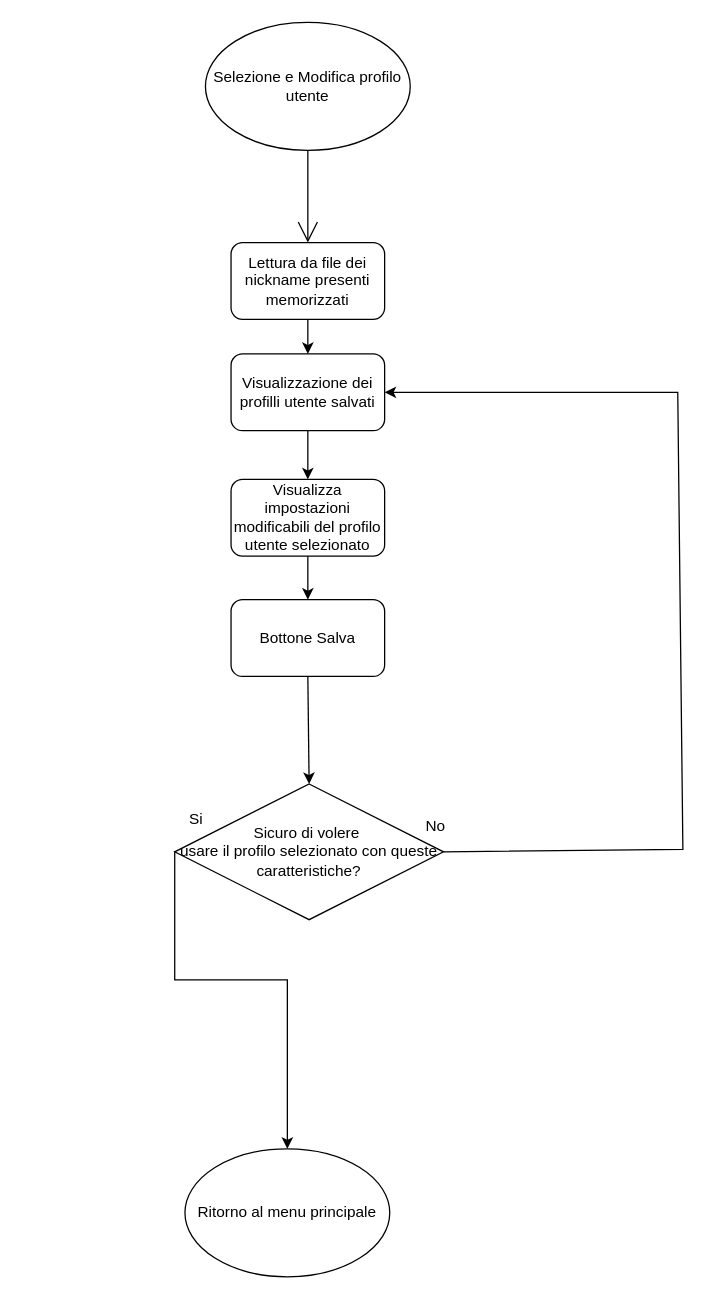
Before: doc/Progetti Drawio/FlowChart/FlowchartSelezioneModificaProfiloUtente.drawio in zSavT/Healthy-Catering, a draw.io diagram. Source tidied: cells renumbered, new cells numbered last; positions are measured from the earlier drawing's top-left corner, leaving out a move shared by most shapes. Both pictures are drawn from the tidied source at 128%, with x=0, y=0 at pixel (157, 22).
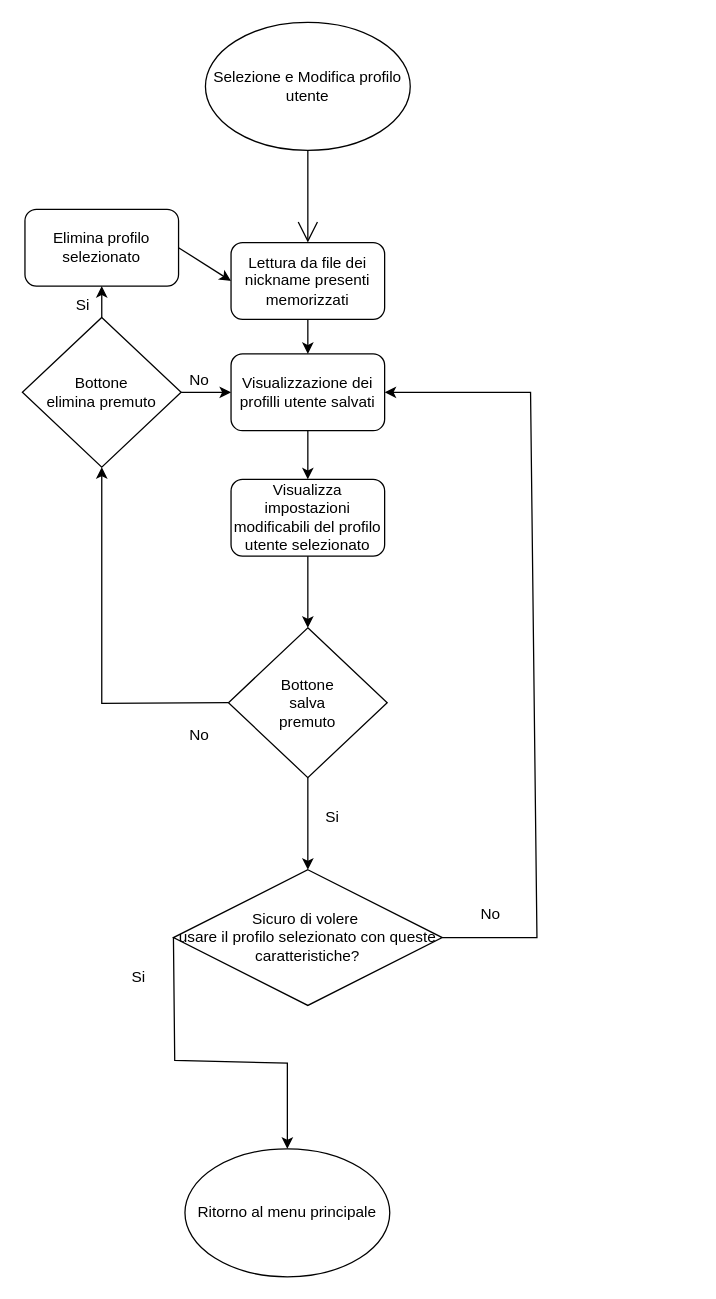
The same diagram, later.

Commit message (it also covers changes not shown here):
aggiornato flow chart selezione profilo utente

The change refers to these unchanged cells:
```xml
<mxCell id="4" value="Ritorno al menu principale" style="ellipse;whiteSpace=wrap;html=1;hachureGap=4;fontSize=12;" parent="1" vertex="1">
  <mxGeometry x="21" y="880" width="160" height="100" as="geometry" />
</mxCell>
<mxCell id="5" value="Lettura da file dei nickname presenti memorizzati" style="rounded=1;whiteSpace=wrap;html=1;" parent="1" vertex="1">
  <mxGeometry x="57" y="172" width="120" height="60" as="geometry" />
</mxCell>
<mxCell id="11" value="Visualizzazione dei profilli utente salvati" style="rounded=1;whiteSpace=wrap;html=1;" parent="1" vertex="1">
  <mxGeometry x="57" y="259" width="120" height="60" as="geometry" />
</mxCell>
<mxCell id="12" value="Visualizza impostazioni modificabili del profilo utente selezionato" style="rounded=1;whiteSpace=wrap;html=1;" parent="1" vertex="1">
  <mxGeometry x="57" y="357" width="120" height="60" as="geometry" />
</mxCell>
```

Change to the diagram source:
```diff
@@
     <mxCell id="6" value="Sicuro di volere&amp;nbsp;&lt;br&gt;usare il profilo selezionato con queste caratteristiche?" style="rhombus;whiteSpace=wrap;html=1;" parent="1" vertex="1">
-      <mxGeometry x="13" y="595" width="210" height="106" as="geometry" />
+      <mxGeometry x="12" y="662" width="210" height="106" as="geometry" />
     </mxCell>
     <mxCell id="7" style="endArrow=classic;html=1;rounded=0;exitX=0;exitY=0.5;exitDx=0;exitDy=0;entryX=0.5;entryY=0;entryDx=0;entryDy=0;" parent="1" edge="1" source="6" target="4">
       <mxGeometry relative="1" as="geometry">
         <Array as="points">
-          <mxPoint x="13" y="748" />
-          <mxPoint x="101" y="748" />
+          <mxPoint x="13" y="811" />
+          <mxPoint x="101" y="813" />
         </Array>
       </mxGeometry>
     </mxCell>
     <mxCell id="8" style="endArrow=classic;html=1;rounded=0;exitX=1;exitY=0.5;exitDx=0;exitDy=0;entryX=1;entryY=0.5;entryDx=0;entryDy=0;" parent="1" edge="1" source="6" target="11">
       <mxGeometry relative="1" as="geometry">
         <Array as="points">
-          <mxPoint x="410" y="646" />
-          <mxPoint x="406" y="289" />
+          <mxPoint x="296" y="715" />
+          <mxPoint x="291" y="289" />
         </Array>
       </mxGeometry>
     </mxCell>
     <mxCell id="9" value="Si" style="text;html=1;strokeColor=none;fillColor=none;align=center;verticalAlign=middle;whiteSpace=wrap;rounded=0;" parent="1" vertex="1">
-      <mxGeometry y="608" width="60" height="30" as="geometry" />
+      <mxGeometry x="-45" y="731" width="60" height="30" as="geometry" />
     </mxCell>
-    <mxCell id="10" value="No" style="text;html=1;strokeColor=none;fillColor=none;align=center;verticalAlign=middle;whiteSpace=wrap;rounded=0;" parent="1" vertex="1">
-      <mxGeometry x="187" y="613" width="60" height="30" as="geometry" />
-    </mxCell>
@@
-    <mxCell id="13" style="endArrow=classic;html=1;rounded=0;exitX=0.5;exitY=1;exitDx=0;exitDy=0;" parent="1" edge="1" source="12" target="14">
+    <mxCell id="13" style="endArrow=classic;html=1;rounded=0;exitX=0.5;exitY=1;exitDx=0;exitDy=0;entryX=0.5;entryY=0;entryDx=0;entryDy=0;" parent="1" edge="1" source="12" target="18">
       <mxGeometry relative="1" as="geometry" />
     </mxCell>
-    <mxCell id="14" value="Bottone Salva" style="rounded=1;whiteSpace=wrap;html=1;" parent="1" vertex="1">
-      <mxGeometry x="57" y="451" width="120" height="60" as="geometry" />
-    </mxCell>
-    <mxCell id="15" style="endArrow=classic;html=1;rounded=0;exitX=0.5;exitY=1;exitDx=0;exitDy=0;entryX=0.5;entryY=0;entryDx=0;entryDy=0;" parent="1" edge="1" source="14" target="6">
+    <mxCell id="15" style="endArrow=classic;html=1;rounded=0;exitX=0.5;exitY=1;exitDx=0;exitDy=0;entryX=0.5;entryY=0;entryDx=0;entryDy=0;" parent="1" edge="1" source="18" target="6">
       <mxGeometry relative="1" as="geometry" />
     </mxCell>
@@
+    <mxCell id="18" value="Bottone &lt;br&gt;salva &lt;br&gt;premuto" style="rhombus;whiteSpace=wrap;html=1;hachureGap=4;" parent="1" vertex="1">
+      <mxGeometry x="55" y="473" width="124" height="117" as="geometry" />
+    </mxCell>
+    <mxCell id="10" value="No" style="text;html=1;strokeColor=none;fillColor=none;align=center;verticalAlign=middle;whiteSpace=wrap;rounded=0;" parent="1" vertex="1">
+      <mxGeometry x="230" y="682" width="60" height="30" as="geometry" />
+    </mxCell>
+    <mxCell id="19" value="Si" style="text;html=1;align=center;verticalAlign=middle;strokeColor=none;fillColor=none;hachureGap=4;" parent="1" vertex="1">
+      <mxGeometry x="121" y="608" width="29" height="26" as="geometry" />
+    </mxCell>
+    <mxCell id="20" value="No" style="text;html=1;align=center;verticalAlign=middle;strokeColor=none;fillColor=none;hachureGap=4;" parent="1" vertex="1">
+      <mxGeometry x="15" y="544" width="33" height="26" as="geometry" />
+    </mxCell>
+    <mxCell id="21" style="endArrow=classic;html=1;rounded=0;exitX=0;exitY=0.5;exitDx=0;exitDy=0;entryX=0.5;entryY=1;entryDx=0;entryDy=0;" parent="1" edge="1" source="18" target="23">
+      <mxGeometry relative="1" as="geometry">
+        <Array as="points">
+          <mxPoint x="-44" y="532" />
+        </Array>
+      </mxGeometry>
+    </mxCell>
+    <mxCell id="22" style="edgeStyle=none;curved=1;rounded=0;jettySize=auto;html=1;endArrow=open;startSize=14;endSize=14;sourcePerimeterSpacing=8;targetPerimeterSpacing=8;" parent="1" edge="1" source="23">
+      <mxGeometry relative="1" as="geometry">
+        <mxPoint x="-28.8" y="304.1" as="targetPoint" />
+      </mxGeometry>
+    </mxCell>
+    <mxCell id="23" value="Bottone &lt;br&gt;elimina premuto" style="rhombus;whiteSpace=wrap;html=1;hachureGap=4;" parent="1" vertex="1">
+      <mxGeometry x="-106" y="230.5" width="124" height="117" as="geometry" />
+    </mxCell>
+    <mxCell id="24" style="endArrow=classic;html=1;rounded=0;exitX=1;exitY=0.5;exitDx=0;exitDy=0;entryX=0;entryY=0.5;entryDx=0;entryDy=0;" parent="1" edge="1" source="23" target="11">
+      <mxGeometry relative="1" as="geometry" />
+    </mxCell>
+    <mxCell id="25" value="No" style="text;html=1;align=center;verticalAlign=middle;strokeColor=none;fillColor=none;hachureGap=4;" parent="1" vertex="1">
+      <mxGeometry x="15" y="267" width="33" height="26" as="geometry" />
+    </mxCell>
+    <mxCell id="26" style="endArrow=classic;html=1;rounded=0;exitX=0.5;exitY=0;exitDx=0;exitDy=0;entryX=0.5;entryY=1;entryDx=0;entryDy=0;" parent="1" edge="1" source="23" target="27">
+      <mxGeometry relative="1" as="geometry" />
+    </mxCell>
+    <mxCell id="27" value="Elimina profilo selezionato" style="rounded=1;whiteSpace=wrap;html=1;" parent="1" vertex="1">
+      <mxGeometry x="-104" y="146" width="120" height="60" as="geometry" />
+    </mxCell>
+    <mxCell id="28" style="endArrow=classic;html=1;rounded=0;exitX=1;exitY=0.5;exitDx=0;exitDy=0;entryX=0;entryY=0.5;entryDx=0;entryDy=0;" parent="1" edge="1" source="27" target="5">
+      <mxGeometry relative="1" as="geometry" />
+    </mxCell>
+    <mxCell id="29" value="Si" style="text;html=1;align=center;verticalAlign=middle;strokeColor=none;fillColor=none;hachureGap=4;" parent="1" vertex="1">
+      <mxGeometry x="-74" y="208" width="29" height="26" as="geometry" />
+    </mxCell>
```
